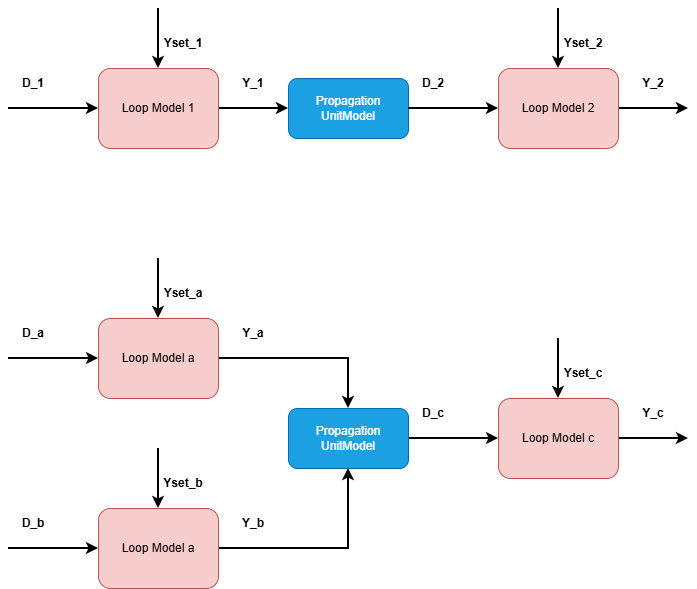
Before: docs/articles/images/loopmodel_multi.png, a diagram exported from draw.io (equinor/TimeSeriesAnalysis). Source tidied: cells renumbered, new cells last; positions are measured from the earlier drawing's top-left corner, leaving out a move shared by most shapes. Source of this version:
```xml
<mxGraphModel>
  <root>
    <mxCell id="0" />
    <mxCell id="1" parent="0" />
    <mxCell id="2" style="edgeStyle=orthogonalEdgeStyle;rounded=0;jettySize=auto;html=1;exitX=1;exitY=0.5;exitDx=0;exitDy=0;strokeWidth=2;" parent="1" edge="1" source="3">
      <mxGeometry relative="1" as="geometry">
        <mxPoint x="280" y="100" as="targetPoint" />
      </mxGeometry>
    </mxCell>
    <mxCell id="3" value="Loop Model 1" style="rounded=1;whiteSpace=wrap;html=1;fillColor=#f8cecc;strokeColor=#b85450;" parent="1" vertex="1">
      <mxGeometry x="90" y="60" width="120" height="80" as="geometry" />
    </mxCell>
    <mxCell id="4" style="edgeStyle=segmentEdgeStyle;endArrow=classic;html=1;rounded=0;strokeWidth=2;entryX=0;entryY=0.5;entryDx=0;entryDy=0;fillColor=#f0a30a;strokeColor=#000000;" parent="1" edge="1" target="3">
      <mxGeometry x="80" y="60" as="geometry">
        <mxPoint y="100" as="sourcePoint" />
      </mxGeometry>
    </mxCell>
    <mxCell id="5" style="edgeStyle=segmentEdgeStyle;endArrow=classic;html=1;rounded=0;strokeWidth=2;entryX=0.5;entryY=0;entryDx=0;entryDy=0;fillColor=#f0a30a;strokeColor=#000000;" parent="1" edge="1" target="3">
      <mxGeometry x="80" y="60" as="geometry">
        <mxPoint x="150" as="sourcePoint" />
      </mxGeometry>
    </mxCell>
    <mxCell id="6" value="&lt;b&gt;D_1&lt;/b&gt;" style="text;html=1;strokeColor=none;fillColor=none;align=center;verticalAlign=middle;whiteSpace=wrap;rounded=0;" parent="1" vertex="1">
      <mxGeometry x="10" y="60" width="30" height="30" as="geometry" />
    </mxCell>
    <mxCell id="7" value="&lt;b&gt;Yset_1&lt;/b&gt;" style="text;html=1;strokeColor=none;fillColor=none;align=center;verticalAlign=middle;whiteSpace=wrap;rounded=0;" parent="1" vertex="1">
      <mxGeometry x="160" y="20" width="30" height="30" as="geometry" />
    </mxCell>
    <mxCell id="8" value="&lt;b&gt;Y_1&lt;/b&gt;" style="text;html=1;strokeColor=none;fillColor=none;align=center;verticalAlign=middle;whiteSpace=wrap;rounded=0;" parent="1" vertex="1">
      <mxGeometry x="230" y="60" width="30" height="30" as="geometry" />
    </mxCell>
    <mxCell id="9" style="edgeStyle=orthogonalEdgeStyle;rounded=0;jettySize=auto;html=1;exitX=1;exitY=0.5;exitDx=0;exitDy=0;strokeWidth=2;entryX=0.5;entryY=0;entryDx=0;entryDy=0;" parent="1" edge="1" source="10" target="38">
      <mxGeometry relative="1" as="geometry" />
    </mxCell>
    <mxCell id="10" value="Loop Model a" style="rounded=1;whiteSpace=wrap;html=1;fillColor=#f8cecc;strokeColor=#b85450;" parent="1" vertex="1">
      <mxGeometry x="90" y="310" width="120" height="80" as="geometry" />
    </mxCell>
    <mxCell id="11" style="edgeStyle=segmentEdgeStyle;endArrow=classic;html=1;rounded=0;strokeWidth=2;entryX=0;entryY=0.5;entryDx=0;entryDy=0;fillColor=#f0a30a;strokeColor=#000000;" parent="1" edge="1" target="10">
      <mxGeometry x="80" y="60" as="geometry">
        <mxPoint y="350" as="sourcePoint" />
      </mxGeometry>
    </mxCell>
    <mxCell id="12" style="edgeStyle=segmentEdgeStyle;endArrow=classic;html=1;rounded=0;strokeWidth=2;entryX=0.5;entryY=0;entryDx=0;entryDy=0;fillColor=#f0a30a;strokeColor=#000000;" parent="1" edge="1" target="10">
      <mxGeometry x="80" y="60" as="geometry">
        <mxPoint x="150" y="250" as="sourcePoint" />
      </mxGeometry>
    </mxCell>
    <mxCell id="13" value="&lt;b&gt;D_a&lt;/b&gt;" style="text;html=1;strokeColor=none;fillColor=none;align=center;verticalAlign=middle;whiteSpace=wrap;rounded=0;" parent="1" vertex="1">
      <mxGeometry x="10" y="310" width="30" height="30" as="geometry" />
    </mxCell>
    <mxCell id="14" value="&lt;b&gt;Yset_a&lt;/b&gt;" style="text;html=1;strokeColor=none;fillColor=none;align=center;verticalAlign=middle;whiteSpace=wrap;rounded=0;" parent="1" vertex="1">
      <mxGeometry x="160" y="270" width="30" height="30" as="geometry" />
    </mxCell>
    <mxCell id="15" value="&lt;b&gt;Y_a&lt;/b&gt;" style="text;html=1;strokeColor=none;fillColor=none;align=center;verticalAlign=middle;whiteSpace=wrap;rounded=0;" parent="1" vertex="1">
      <mxGeometry x="230" y="310" width="30" height="30" as="geometry" />
    </mxCell>
    <mxCell id="16" value="Propagation UnitModel" style="rounded=1;whiteSpace=wrap;html=1;fillColor=#1ba1e2;strokeColor=#006EAF;fontColor=#ffffff;" parent="1" vertex="1">
      <mxGeometry x="280" y="70" width="120" height="60" as="geometry" />
    </mxCell>
    <mxCell id="17" style="edgeStyle=orthogonalEdgeStyle;rounded=0;jettySize=auto;html=1;exitX=1;exitY=0.5;exitDx=0;exitDy=0;strokeWidth=2;" parent="1" edge="1" source="18">
      <mxGeometry relative="1" as="geometry">
        <mxPoint x="680" y="100" as="targetPoint" />
      </mxGeometry>
    </mxCell>
    <mxCell id="18" value="Loop Model 2" style="rounded=1;whiteSpace=wrap;html=1;fillColor=#f8cecc;strokeColor=#b85450;" parent="1" vertex="1">
      <mxGeometry x="490" y="60" width="120" height="80" as="geometry" />
    </mxCell>
    <mxCell id="19" style="edgeStyle=segmentEdgeStyle;endArrow=classic;html=1;rounded=0;strokeWidth=2;entryX=0;entryY=0.5;entryDx=0;entryDy=0;fillColor=#f0a30a;strokeColor=#000000;" parent="1" edge="1" target="18">
      <mxGeometry x="80" y="60" as="geometry">
        <mxPoint x="400" y="100" as="sourcePoint" />
      </mxGeometry>
    </mxCell>
    <mxCell id="20" style="edgeStyle=segmentEdgeStyle;endArrow=classic;html=1;rounded=0;strokeWidth=2;entryX=0.5;entryY=0;entryDx=0;entryDy=0;fillColor=#f0a30a;strokeColor=#000000;" parent="1" edge="1" target="18">
      <mxGeometry x="80" y="60" as="geometry">
        <mxPoint x="550" as="sourcePoint" />
      </mxGeometry>
    </mxCell>
    <mxCell id="21" value="&lt;b&gt;D_2&lt;/b&gt;" style="text;html=1;strokeColor=none;fillColor=none;align=center;verticalAlign=middle;whiteSpace=wrap;rounded=0;" parent="1" vertex="1">
      <mxGeometry x="410" y="60" width="30" height="30" as="geometry" />
    </mxCell>
    <mxCell id="22" value="&lt;b&gt;Yset_2&lt;/b&gt;" style="text;html=1;strokeColor=none;fillColor=none;align=center;verticalAlign=middle;whiteSpace=wrap;rounded=0;" parent="1" vertex="1">
      <mxGeometry x="560" y="20" width="30" height="30" as="geometry" />
    </mxCell>
    <mxCell id="23" value="&lt;b&gt;Y_2&lt;/b&gt;" style="text;html=1;strokeColor=none;fillColor=none;align=center;verticalAlign=middle;whiteSpace=wrap;rounded=0;" parent="1" vertex="1">
      <mxGeometry x="630" y="60" width="30" height="30" as="geometry" />
    </mxCell>
    <mxCell id="24" style="edgeStyle=orthogonalEdgeStyle;rounded=0;jettySize=auto;html=1;exitX=1;exitY=0.5;exitDx=0;exitDy=0;strokeWidth=2;entryX=0.5;entryY=1;entryDx=0;entryDy=0;" parent="1" edge="1" source="25" target="38">
      <mxGeometry relative="1" as="geometry" />
    </mxCell>
    <mxCell id="25" value="Loop Model a" style="rounded=1;whiteSpace=wrap;html=1;fillColor=#f8cecc;strokeColor=#b85450;" parent="1" vertex="1">
      <mxGeometry x="90" y="500" width="120" height="80" as="geometry" />
    </mxCell>
    <mxCell id="26" style="edgeStyle=segmentEdgeStyle;endArrow=classic;html=1;rounded=0;strokeWidth=2;entryX=0;entryY=0.5;entryDx=0;entryDy=0;fillColor=#f0a30a;strokeColor=#000000;" parent="1" edge="1" target="25">
      <mxGeometry x="80" y="60" as="geometry">
        <mxPoint y="540" as="sourcePoint" />
      </mxGeometry>
    </mxCell>
    <mxCell id="27" style="edgeStyle=segmentEdgeStyle;endArrow=classic;html=1;rounded=0;strokeWidth=2;entryX=0.5;entryY=0;entryDx=0;entryDy=0;fillColor=#f0a30a;strokeColor=#000000;" parent="1" edge="1" target="25">
      <mxGeometry x="80" y="60" as="geometry">
        <mxPoint x="150" y="440" as="sourcePoint" />
      </mxGeometry>
    </mxCell>
    <mxCell id="28" value="&lt;b&gt;D_b&lt;/b&gt;" style="text;html=1;strokeColor=none;fillColor=none;align=center;verticalAlign=middle;whiteSpace=wrap;rounded=0;" parent="1" vertex="1">
      <mxGeometry x="10" y="500" width="30" height="30" as="geometry" />
    </mxCell>
    <mxCell id="29" value="&lt;b&gt;Yset_b&lt;/b&gt;" style="text;html=1;strokeColor=none;fillColor=none;align=center;verticalAlign=middle;whiteSpace=wrap;rounded=0;" parent="1" vertex="1">
      <mxGeometry x="160" y="460" width="30" height="30" as="geometry" />
    </mxCell>
    <mxCell id="30" value="&lt;b&gt;Y_b&lt;/b&gt;" style="text;html=1;strokeColor=none;fillColor=none;align=center;verticalAlign=middle;whiteSpace=wrap;rounded=0;" parent="1" vertex="1">
      <mxGeometry x="230" y="500" width="30" height="30" as="geometry" />
    </mxCell>
    <mxCell id="31" style="edgeStyle=orthogonalEdgeStyle;rounded=0;jettySize=auto;html=1;exitX=1;exitY=0.5;exitDx=0;exitDy=0;strokeWidth=2;" parent="1" edge="1" source="32">
      <mxGeometry relative="1" as="geometry">
        <mxPoint x="680" y="430" as="targetPoint" />
      </mxGeometry>
    </mxCell>
    <mxCell id="32" value="Loop Model c" style="rounded=1;whiteSpace=wrap;html=1;fillColor=#f8cecc;strokeColor=#b85450;" parent="1" vertex="1">
      <mxGeometry x="490" y="390" width="120" height="80" as="geometry" />
    </mxCell>
    <mxCell id="33" style="edgeStyle=segmentEdgeStyle;endArrow=classic;html=1;rounded=0;strokeWidth=2;entryX=0;entryY=0.5;entryDx=0;entryDy=0;fillColor=#f0a30a;strokeColor=#000000;" parent="1" edge="1" target="32">
      <mxGeometry x="80" y="60" as="geometry">
        <mxPoint x="400" y="430" as="sourcePoint" />
      </mxGeometry>
    </mxCell>
    <mxCell id="34" style="edgeStyle=segmentEdgeStyle;endArrow=classic;html=1;rounded=0;strokeWidth=2;entryX=0.5;entryY=0;entryDx=0;entryDy=0;fillColor=#f0a30a;strokeColor=#000000;" parent="1" edge="1" target="32">
      <mxGeometry x="80" y="60" as="geometry">
        <mxPoint x="550" y="330" as="sourcePoint" />
      </mxGeometry>
    </mxCell>
    <mxCell id="35" value="&lt;b&gt;D_c&lt;/b&gt;" style="text;html=1;strokeColor=none;fillColor=none;align=center;verticalAlign=middle;whiteSpace=wrap;rounded=0;" parent="1" vertex="1">
      <mxGeometry x="410" y="390" width="30" height="30" as="geometry" />
    </mxCell>
    <mxCell id="36" value="&lt;b&gt;Yset_c&lt;/b&gt;" style="text;html=1;strokeColor=none;fillColor=none;align=center;verticalAlign=middle;whiteSpace=wrap;rounded=0;" parent="1" vertex="1">
      <mxGeometry x="560" y="350" width="30" height="30" as="geometry" />
    </mxCell>
    <mxCell id="37" value="&lt;b&gt;Y_c&lt;/b&gt;" style="text;html=1;strokeColor=none;fillColor=none;align=center;verticalAlign=middle;whiteSpace=wrap;rounded=0;" parent="1" vertex="1">
      <mxGeometry x="630" y="390" width="30" height="30" as="geometry" />
    </mxCell>
    <mxCell id="38" value="Propagation UnitModel" style="rounded=1;whiteSpace=wrap;html=1;fillColor=#1ba1e2;strokeColor=#006EAF;fontColor=#ffffff;" parent="1" vertex="1">
      <mxGeometry x="280" y="400" width="120" height="60" as="geometry" />
    </mxCell>
  </root>
</mxGraphModel>
```
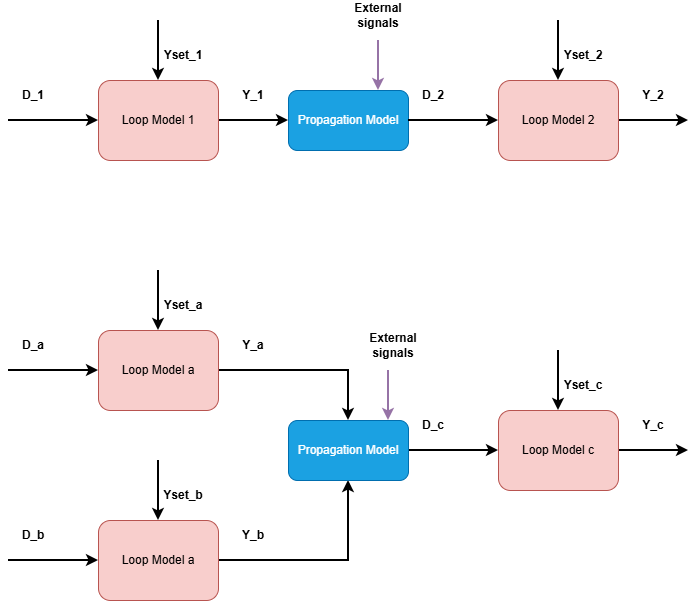
After the change.

Diff of the diagram source:
```diff
@@ -54,7 +54,7 @@
     <mxCell id="15" value="&lt;b&gt;Y_a&lt;/b&gt;" style="text;html=1;strokeColor=none;fillColor=none;align=center;verticalAlign=middle;whiteSpace=wrap;rounded=0;" parent="1" vertex="1">
       <mxGeometry x="230" y="310" width="30" height="30" as="geometry" />
     </mxCell>
-    <mxCell id="16" value="Propagation UnitModel" style="rounded=1;whiteSpace=wrap;html=1;fillColor=#1ba1e2;strokeColor=#006EAF;fontColor=#ffffff;" parent="1" vertex="1">
+    <mxCell id="16" value="Propagation Model" style="rounded=1;whiteSpace=wrap;html=1;fillColor=#1ba1e2;strokeColor=#006EAF;fontColor=#ffffff;" parent="1" vertex="1">
       <mxGeometry x="280" y="70" width="120" height="60" as="geometry" />
     </mxCell>
     <mxCell id="17" style="edgeStyle=orthogonalEdgeStyle;rounded=0;jettySize=auto;html=1;exitX=1;exitY=0.5;exitDx=0;exitDy=0;strokeWidth=2;" parent="1" edge="1" source="18">
@@ -136,8 +136,25 @@
     <mxCell id="37" value="&lt;b&gt;Y_c&lt;/b&gt;" style="text;html=1;strokeColor=none;fillColor=none;align=center;verticalAlign=middle;whiteSpace=wrap;rounded=0;" parent="1" vertex="1">
       <mxGeometry x="630" y="390" width="30" height="30" as="geometry" />
     </mxCell>
-    <mxCell id="38" value="Propagation UnitModel" style="rounded=1;whiteSpace=wrap;html=1;fillColor=#1ba1e2;strokeColor=#006EAF;fontColor=#ffffff;" parent="1" vertex="1">
+    <mxCell id="38" value="Propagation Model" style="rounded=1;whiteSpace=wrap;html=1;fillColor=#1ba1e2;strokeColor=#006EAF;fontColor=#ffffff;" parent="1" vertex="1">
       <mxGeometry x="280" y="400" width="120" height="60" as="geometry" />
     </mxCell>
+    <mxCell id="39" style="endArrow=classic;html=1;rounded=0;entryX=0.75;entryY=0;entryDx=0;entryDy=0;strokeWidth=2;fillColor=#e1d5e7;strokeColor=#9673a6;" parent="1" edge="1" target="16">
+      <mxGeometry relative="1" as="geometry">
+        <mxPoint x="370" y="20" as="sourcePoint" />
+      </mxGeometry>
+    </mxCell>
+    <mxCell id="40" style="endArrow=classic;html=1;rounded=0;entryX=0.75;entryY=0;entryDx=0;entryDy=0;strokeWidth=2;fillColor=#e1d5e7;strokeColor=#9673a6;" parent="1" edge="1">
+      <mxGeometry relative="1" as="geometry">
+        <mxPoint x="380" y="350" as="sourcePoint" />
+        <mxPoint x="380" y="400" as="targetPoint" />
+      </mxGeometry>
+    </mxCell>
+    <mxCell id="41" value="&lt;b&gt;External signals&lt;/b&gt;" style="text;html=1;strokeColor=none;fillColor=none;align=center;verticalAlign=middle;whiteSpace=wrap;rounded=0;" parent="1" vertex="1">
+      <mxGeometry x="370" y="310" width="30" height="30" as="geometry" />
+    </mxCell>
+    <mxCell id="42" value="&lt;b&gt;External signals&lt;/b&gt;" style="text;html=1;strokeColor=none;fillColor=none;align=center;verticalAlign=middle;whiteSpace=wrap;rounded=0;" parent="1" vertex="1">
+      <mxGeometry x="355" y="-20" width="30" height="30" as="geometry" />
+    </mxCell>
   </root>
 </mxGraphModel>
```
